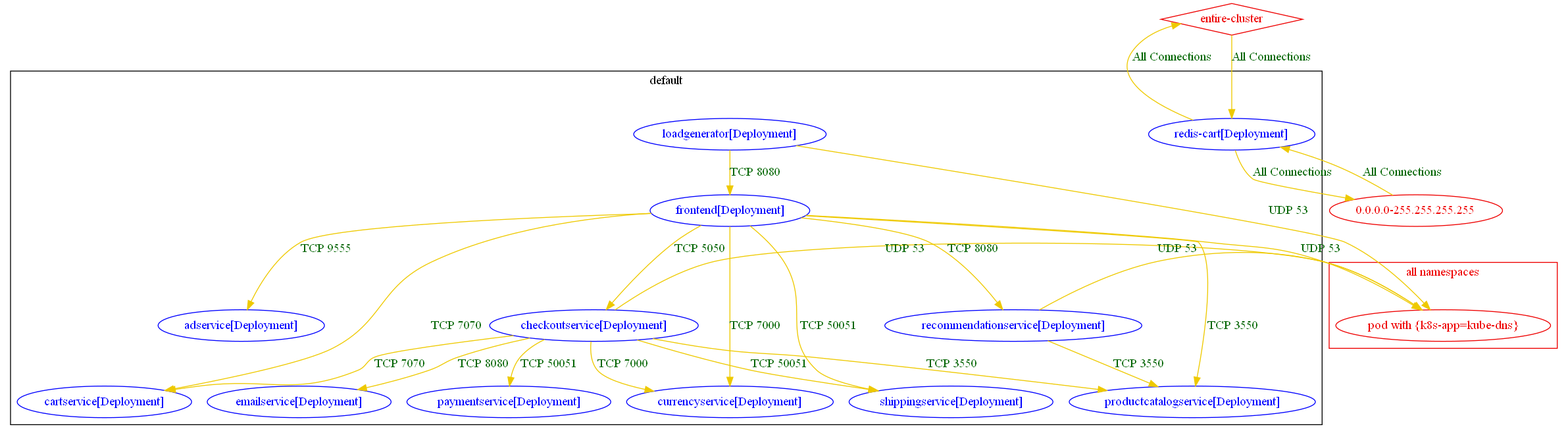
Before: test_outputs/connlist/exposure_onlineboutique_workloads_connlist_output.dot.png, a diagram exported from Graphviz (np-guard/netpol-analyzer). Its source is kept beside it as test_outputs/connlist/exposure_onlineboutique_workloads_connlist_output.dot. Source of this version:
```dot
digraph {
	subgraph "cluster_default" {
		color="black"
		fontcolor="black"
		"default/adservice[Deployment]" [label="adservice[Deployment]" color="blue" fontcolor="blue"]
		"default/cartservice[Deployment]" [label="cartservice[Deployment]" color="blue" fontcolor="blue"]
		"default/checkoutservice[Deployment]" [label="checkoutservice[Deployment]" color="blue" fontcolor="blue"]
		"default/currencyservice[Deployment]" [label="currencyservice[Deployment]" color="blue" fontcolor="blue"]
		"default/emailservice[Deployment]" [label="emailservice[Deployment]" color="blue" fontcolor="blue"]
		"default/frontend[Deployment]" [label="frontend[Deployment]" color="blue" fontcolor="blue"]
		"default/loadgenerator[Deployment]" [label="loadgenerator[Deployment]" color="blue" fontcolor="blue"]
		"default/paymentservice[Deployment]" [label="paymentservice[Deployment]" color="blue" fontcolor="blue"]
		"default/productcatalogservice[Deployment]" [label="productcatalogservice[Deployment]" color="blue" fontcolor="blue"]
		"default/recommendationservice[Deployment]" [label="recommendationservice[Deployment]" color="blue" fontcolor="blue"]
		"default/redis-cart[Deployment]" [label="redis-cart[Deployment]" color="blue" fontcolor="blue"]
		"default/shippingservice[Deployment]" [label="shippingservice[Deployment]" color="blue" fontcolor="blue"]
		label="default"
	}
	subgraph "cluster_all namespaces" {
		color="red2"
		fontcolor="red2"
		"pod with {k8s-app=kube-dns}_in_all namespaces" [label="pod with {k8s-app=kube-dns}" color="red2" fontcolor="red2"]
		label="all namespaces"
	}
	"0.0.0.0-255.255.255.255" [label="0.0.0.0-255.255.255.255" color="red2" fontcolor="red2"]
	"entire-cluster" [label="entire-cluster" color="red2" fontcolor="red2" shape=diamond]
	"0.0.0.0-255.255.255.255" -> "default/redis-cart[Deployment]" [label="All Connections" color="gold2" fontcolor="darkgreen"]
	"default/checkoutservice[Deployment]" -> "default/cartservice[Deployment]" [label="TCP 7070" color="gold2" fontcolor="darkgreen"]
	"default/checkoutservice[Deployment]" -> "default/currencyservice[Deployment]" [label="TCP 7000" color="gold2" fontcolor="darkgreen"]
	"default/checkoutservice[Deployment]" -> "default/emailservice[Deployment]" [label="TCP 8080" color="gold2" fontcolor="darkgreen"]
	"default/checkoutservice[Deployment]" -> "default/paymentservice[Deployment]" [label="TCP 50051" color="gold2" fontcolor="darkgreen"]
	"default/checkoutservice[Deployment]" -> "default/productcatalogservice[Deployment]" [label="TCP 3550" color="gold2" fontcolor="darkgreen"]
	"default/checkoutservice[Deployment]" -> "default/shippingservice[Deployment]" [label="TCP 50051" color="gold2" fontcolor="darkgreen"]
	"default/checkoutservice[Deployment]" -> "pod with {k8s-app=kube-dns}_in_all namespaces" [label="UDP 53" color="gold2" fontcolor="darkgreen" weight=0.5]
	"default/frontend[Deployment]" -> "default/adservice[Deployment]" [label="TCP 9555" color="gold2" fontcolor="darkgreen"]
	"default/frontend[Deployment]" -> "default/cartservice[Deployment]" [label="TCP 7070" color="gold2" fontcolor="darkgreen"]
	"default/frontend[Deployment]" -> "default/checkoutservice[Deployment]" [label="TCP 5050" color="gold2" fontcolor="darkgreen"]
	"default/frontend[Deployment]" -> "default/currencyservice[Deployment]" [label="TCP 7000" color="gold2" fontcolor="darkgreen"]
	"default/frontend[Deployment]" -> "default/productcatalogservice[Deployment]" [label="TCP 3550" color="gold2" fontcolor="darkgreen"]
	"default/frontend[Deployment]" -> "default/recommendationservice[Deployment]" [label="TCP 8080" color="gold2" fontcolor="darkgreen"]
	"default/frontend[Deployment]" -> "default/shippingservice[Deployment]" [label="TCP 50051" color="gold2" fontcolor="darkgreen"]
	"default/frontend[Deployment]" -> "pod with {k8s-app=kube-dns}_in_all namespaces" [label="UDP 53" color="gold2" fontcolor="darkgreen" weight=0.5]
	"default/loadgenerator[Deployment]" -> "default/frontend[Deployment]" [label="TCP 8080" color="gold2" fontcolor="darkgreen"]
	"default/loadgenerator[Deployment]" -> "pod with {k8s-app=kube-dns}_in_all namespaces" [label="UDP 53" color="gold2" fontcolor="darkgreen" weight=0.5]
	"default/recommendationservice[Deployment]" -> "default/productcatalogservice[Deployment]" [label="TCP 3550" color="gold2" fontcolor="darkgreen"]
	"default/recommendationservice[Deployment]" -> "pod with {k8s-app=kube-dns}_in_all namespaces" [label="UDP 53" color="gold2" fontcolor="darkgreen" weight=0.5]
	"default/redis-cart[Deployment]" -> "0.0.0.0-255.255.255.255" [label="All Connections" color="gold2" fontcolor="darkgreen"]
	"default/redis-cart[Deployment]" -> "entire-cluster" [label="All Connections" color="gold2" fontcolor="darkgreen" weight=0.5]
	"entire-cluster" -> "default/redis-cart[Deployment]" [label="All Connections" color="gold2" fontcolor="darkgreen" weight=1]
}
```
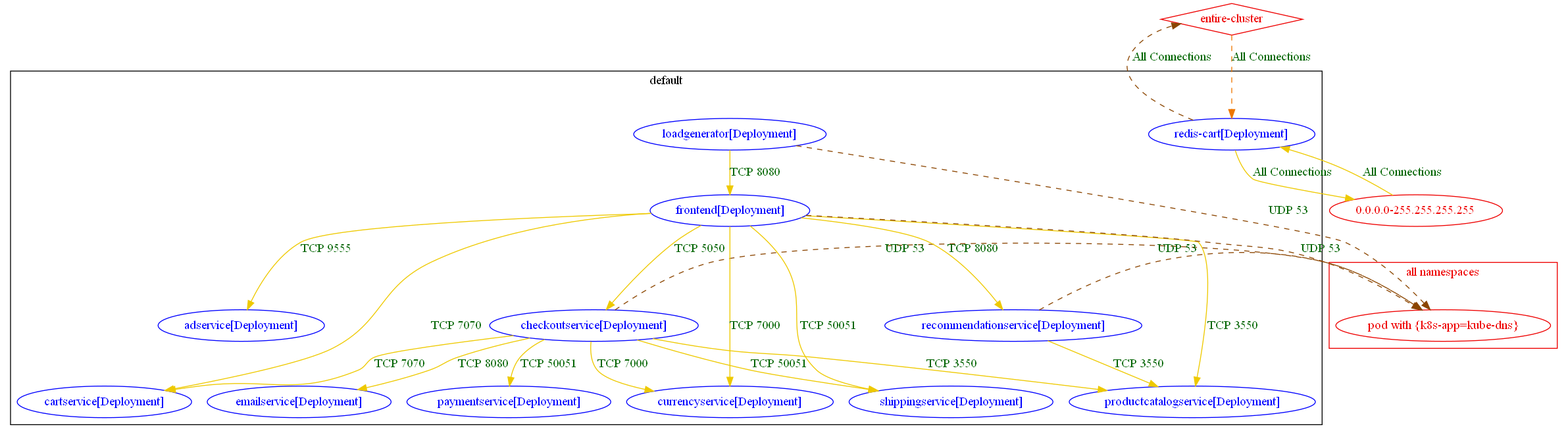
Above is the later version.

The edit, as a diff of the source:
```diff
@@ -31,7 +31,7 @@
 	"default/checkoutservice[Deployment]" -> "default/paymentservice[Deployment]" [label="TCP 50051" color="gold2" fontcolor="darkgreen"]
 	"default/checkoutservice[Deployment]" -> "default/productcatalogservice[Deployment]" [label="TCP 3550" color="gold2" fontcolor="darkgreen"]
 	"default/checkoutservice[Deployment]" -> "default/shippingservice[Deployment]" [label="TCP 50051" color="gold2" fontcolor="darkgreen"]
-	"default/checkoutservice[Deployment]" -> "pod with {k8s-app=kube-dns}_in_all namespaces" [label="UDP 53" color="gold2" fontcolor="darkgreen" weight=0.5]
+	"default/checkoutservice[Deployment]" -> "pod with {k8s-app=kube-dns}_in_all namespaces" [label="UDP 53" color="darkorange4" fontcolor="darkgreen" weight=0.5 style=dashed]
 	"default/frontend[Deployment]" -> "default/adservice[Deployment]" [label="TCP 9555" color="gold2" fontcolor="darkgreen"]
 	"default/frontend[Deployment]" -> "default/cartservice[Deployment]" [label="TCP 7070" color="gold2" fontcolor="darkgreen"]
 	"default/frontend[Deployment]" -> "default/checkoutservice[Deployment]" [label="TCP 5050" color="gold2" fontcolor="darkgreen"]
@@ -39,12 +39,12 @@
 	"default/frontend[Deployment]" -> "default/productcatalogservice[Deployment]" [label="TCP 3550" color="gold2" fontcolor="darkgreen"]
 	"default/frontend[Deployment]" -> "default/recommendationservice[Deployment]" [label="TCP 8080" color="gold2" fontcolor="darkgreen"]
 	"default/frontend[Deployment]" -> "default/shippingservice[Deployment]" [label="TCP 50051" color="gold2" fontcolor="darkgreen"]
-	"default/frontend[Deployment]" -> "pod with {k8s-app=kube-dns}_in_all namespaces" [label="UDP 53" color="gold2" fontcolor="darkgreen" weight=0.5]
+	"default/frontend[Deployment]" -> "pod with {k8s-app=kube-dns}_in_all namespaces" [label="UDP 53" color="darkorange4" fontcolor="darkgreen" weight=0.5 style=dashed]
 	"default/loadgenerator[Deployment]" -> "default/frontend[Deployment]" [label="TCP 8080" color="gold2" fontcolor="darkgreen"]
-	"default/loadgenerator[Deployment]" -> "pod with {k8s-app=kube-dns}_in_all namespaces" [label="UDP 53" color="gold2" fontcolor="darkgreen" weight=0.5]
+	"default/loadgenerator[Deployment]" -> "pod with {k8s-app=kube-dns}_in_all namespaces" [label="UDP 53" color="darkorange4" fontcolor="darkgreen" weight=0.5 style=dashed]
 	"default/recommendationservice[Deployment]" -> "default/productcatalogservice[Deployment]" [label="TCP 3550" color="gold2" fontcolor="darkgreen"]
-	"default/recommendationservice[Deployment]" -> "pod with {k8s-app=kube-dns}_in_all namespaces" [label="UDP 53" color="gold2" fontcolor="darkgreen" weight=0.5]
+	"default/recommendationservice[Deployment]" -> "pod with {k8s-app=kube-dns}_in_all namespaces" [label="UDP 53" color="darkorange4" fontcolor="darkgreen" weight=0.5 style=dashed]
 	"default/redis-cart[Deployment]" -> "0.0.0.0-255.255.255.255" [label="All Connections" color="gold2" fontcolor="darkgreen"]
-	"default/redis-cart[Deployment]" -> "entire-cluster" [label="All Connections" color="gold2" fontcolor="darkgreen" weight=0.5]
-	"entire-cluster" -> "default/redis-cart[Deployment]" [label="All Connections" color="gold2" fontcolor="darkgreen" weight=1]
+	"default/redis-cart[Deployment]" -> "entire-cluster" [label="All Connections" color="darkorange4" fontcolor="darkgreen" weight=0.5 style=dashed]
+	"entire-cluster" -> "default/redis-cart[Deployment]" [label="All Connections" color="darkorange2" fontcolor="darkgreen" weight=1 style=dashed]
 }
```
